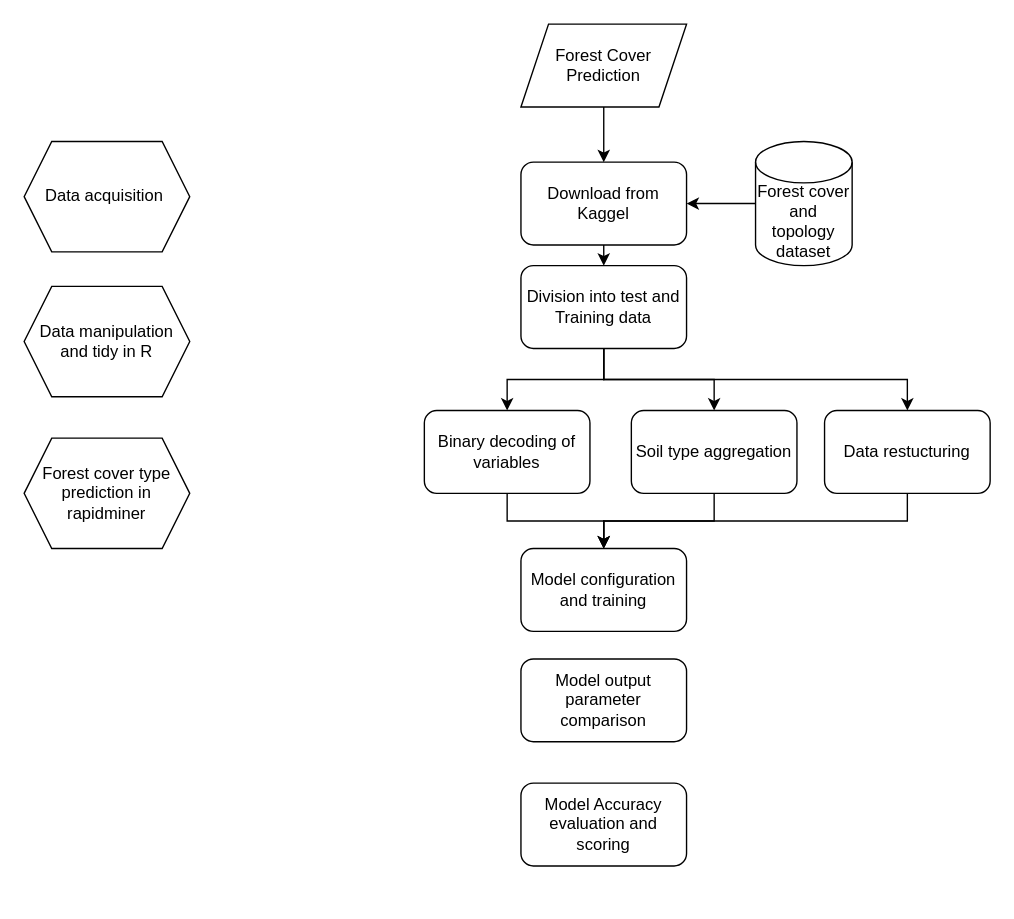
Earlier version of the draw.io diagram Untitled Diagram.drawio (schneidereits/datascience2022_MAP). Source tidied: cells renumbered, new cells numbered last; positions are measured from the earlier drawing's top-left corner, leaving out a move shared by most shapes. Both pictures are drawn from the tidied source at 138%, with x=0, y=0 at pixel (23, 23).
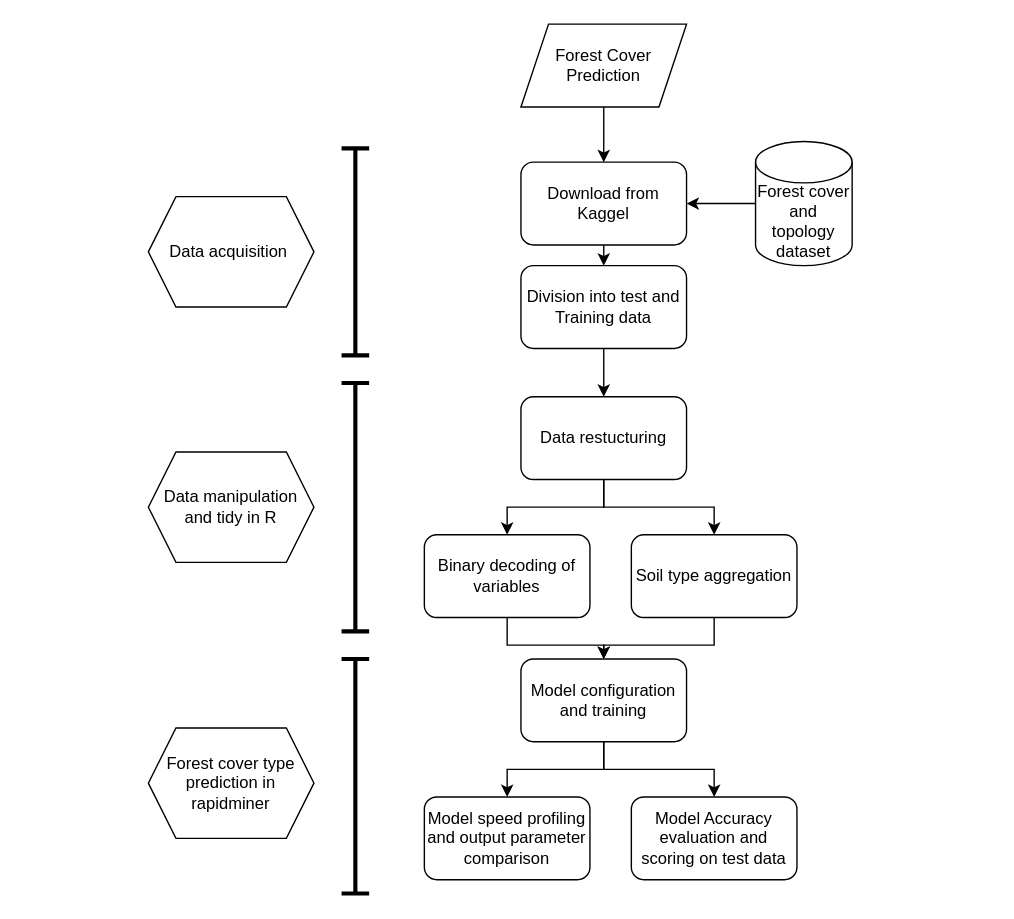
After the change.

Unchanged cells that the change refers to:
```xml
<mxCell id="19" value="Division into test and Training data" style="rounded=1;whiteSpace=wrap;html=1;" parent="1" vertex="1">
  <mxGeometry x="360" y="175" width="120" height="60" as="geometry" />
</mxCell>
```

The edit, as a diff of the source:
```diff
@@
     <mxCell id="9" value="Binary decoding of variables" style="rounded=1;whiteSpace=wrap;html=1;" parent="1" vertex="1">
-      <mxGeometry x="290" y="280" width="120" height="60" as="geometry" />
+      <mxGeometry x="290" y="370" width="120" height="60" as="geometry" />
     </mxCell>
@@
     <mxCell id="11" value="Soil type aggregation" style="rounded=1;whiteSpace=wrap;html=1;" parent="1" vertex="1">
-      <mxGeometry x="440" y="280" width="120" height="60" as="geometry" />
+      <mxGeometry x="440" y="370" width="120" height="60" as="geometry" />
     </mxCell>
+    <mxCell id="24" style="edgeStyle=orthogonalEdgeStyle;rounded=0;jettySize=auto;html=1;exitX=0.5;exitY=1;exitDx=0;exitDy=0;entryX=0.5;entryY=0;entryDx=0;entryDy=0;" parent="1" edge="1" source="12" target="23">
+      <mxGeometry relative="1" as="geometry" />
+    </mxCell>
+    <mxCell id="25" style="edgeStyle=orthogonalEdgeStyle;rounded=0;jettySize=auto;html=1;exitX=0.5;exitY=1;exitDx=0;exitDy=0;entryX=0.5;entryY=0;entryDx=0;entryDy=0;" parent="1" edge="1" source="12" target="20">
+      <mxGeometry relative="1" as="geometry" />
+    </mxCell>
     <mxCell id="12" value="Model configuration and training" style="rounded=1;whiteSpace=wrap;html=1;" parent="1" vertex="1">
-      <mxGeometry x="360" y="380" width="120" height="60" as="geometry" />
+      <mxGeometry x="360" y="460" width="120" height="60" as="geometry" />
     </mxCell>
     <mxCell id="13" value="Data acquisition&amp;nbsp;" style="shape=hexagon;perimeter=hexagonPerimeter2;whiteSpace=wrap;html=1;fixedSize=1;" parent="1" vertex="1">
-      <mxGeometry y="85" width="120" height="80" as="geometry" />
+      <mxGeometry x="90" y="125" width="120" height="80" as="geometry" />
     </mxCell>
     <mxCell id="14" value="Data manipulation and tidy in R" style="shape=hexagon;perimeter=hexagonPerimeter2;whiteSpace=wrap;html=1;fixedSize=1;" parent="1" vertex="1">
-      <mxGeometry y="190" width="120" height="80" as="geometry" />
+      <mxGeometry x="90" y="310" width="120" height="80" as="geometry" />
     </mxCell>
     <mxCell id="15" value="Forest cover type prediction in rapidminer" style="shape=hexagon;perimeter=hexagonPerimeter2;whiteSpace=wrap;html=1;fixedSize=1;" parent="1" vertex="1">
-      <mxGeometry y="300" width="120" height="80" as="geometry" />
+      <mxGeometry x="90" y="510" width="120" height="80" as="geometry" />
     </mxCell>
-    <mxCell id="16" style="edgeStyle=orthogonalEdgeStyle;rounded=0;jettySize=auto;html=1;exitX=0.5;exitY=1;exitDx=0;exitDy=0;entryX=0.5;entryY=0;entryDx=0;entryDy=0;" parent="1" edge="1" source="19" target="9">
-      <mxGeometry relative="1" as="geometry" />
-    </mxCell>
-    <mxCell id="17" style="edgeStyle=orthogonalEdgeStyle;rounded=0;jettySize=auto;html=1;exitX=0.5;exitY=1;exitDx=0;exitDy=0;" parent="1" edge="1" source="19" target="11">
-      <mxGeometry relative="1" as="geometry" />
-    </mxCell>
@@
-    <mxCell id="20" value="Model Accuracy evaluation and scoring" style="rounded=1;whiteSpace=wrap;html=1;" parent="1" vertex="1">
-      <mxGeometry x="360" y="550" width="120" height="60" as="geometry" />
+    <mxCell id="20" value="Model Accuracy evaluation and scoring on test data" style="rounded=1;whiteSpace=wrap;html=1;" parent="1" vertex="1">
+      <mxGeometry x="440" y="560" width="120" height="60" as="geometry" />
     </mxCell>
-    <mxCell id="21" style="edgeStyle=orthogonalEdgeStyle;rounded=0;jettySize=auto;html=1;exitX=0.5;exitY=1;exitDx=0;exitDy=0;" parent="1" edge="1" source="22" target="12">
-      <mxGeometry relative="1" as="geometry" />
-    </mxCell>
+    <mxCell id="26" style="edgeStyle=orthogonalEdgeStyle;rounded=0;jettySize=auto;html=1;exitX=0.5;exitY=1;exitDx=0;exitDy=0;" parent="1" edge="1" source="22" target="9">
+      <mxGeometry relative="1" as="geometry" />
+    </mxCell>
+    <mxCell id="27" style="edgeStyle=orthogonalEdgeStyle;rounded=0;jettySize=auto;html=1;exitX=0.5;exitY=1;exitDx=0;exitDy=0;" parent="1" edge="1" source="22" target="11">
+      <mxGeometry relative="1" as="geometry" />
+    </mxCell>
     <mxCell id="22" value="Data restucturing" style="rounded=1;whiteSpace=wrap;html=1;" parent="1" vertex="1">
-      <mxGeometry x="580" y="280" width="120" height="60" as="geometry" />
+      <mxGeometry x="360" y="270" width="120" height="60" as="geometry" />
     </mxCell>
-    <mxCell id="23" value="Model output parameter comparison" style="rounded=1;whiteSpace=wrap;html=1;" parent="1" vertex="1">
-      <mxGeometry x="360" y="460" width="120" height="60" as="geometry" />
+    <mxCell id="23" value="Model speed profiling and output parameter comparison" style="rounded=1;whiteSpace=wrap;html=1;" parent="1" vertex="1">
+      <mxGeometry x="290" y="560" width="120" height="60" as="geometry" />
     </mxCell>
+    <mxCell id="28" style="shape=crossbar;whiteSpace=wrap;html=1;rounded=1;direction=south;fontStyle=1;strokeWidth=3;" parent="1" vertex="1">
+      <mxGeometry x="230" y="90" width="20" height="150" as="geometry" />
+    </mxCell>
+    <mxCell id="29" style="shape=crossbar;whiteSpace=wrap;html=1;rounded=1;direction=south;fontStyle=1;strokeWidth=3;" parent="1" vertex="1">
+      <mxGeometry x="230" y="260" width="20" height="180" as="geometry" />
+    </mxCell>
+    <mxCell id="30" style="shape=crossbar;whiteSpace=wrap;html=1;rounded=1;direction=south;fontStyle=1;strokeWidth=3;" parent="1" vertex="1">
+      <mxGeometry x="230" y="460" width="20" height="170" as="geometry" />
+    </mxCell>
```
